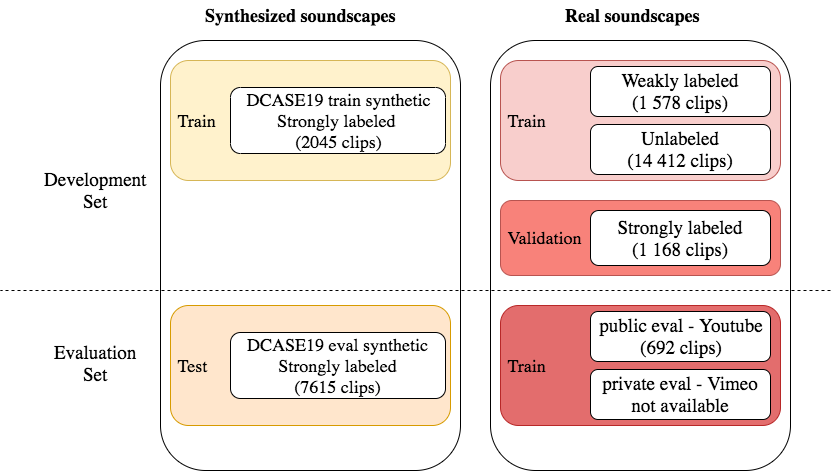
This is img/DESED_dcase2019.png from turpaultn/DESED, a draw.io export, as it was before one commit. Source tidied: cells renumbered, new cells last; positions are measured from the earlier drawing's top-left corner, leaving out a move shared by most shapes.
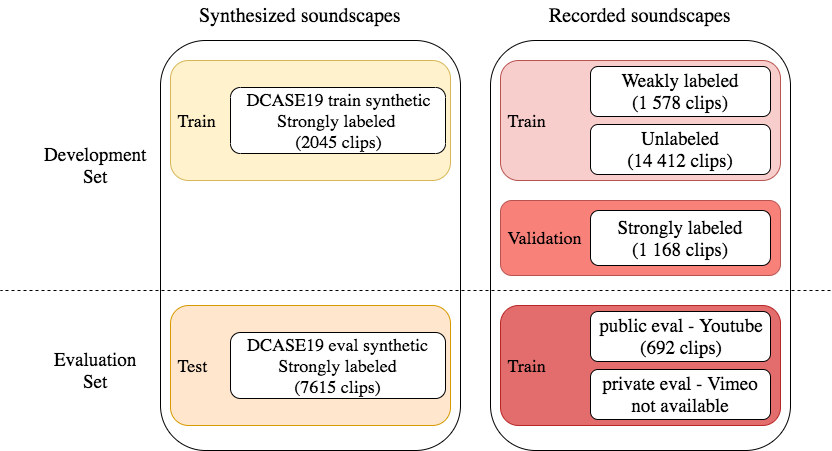
The same diagram one commit later.

The edit, as a diff of the source:
```diff
@@ -3,7 +3,7 @@
     <mxCell id="0" />
     <mxCell id="1" parent="0" />
     <mxCell id="2" style="rounded=1;whiteSpace=wrap;html=1;fontSize=19;align=left;fontFamily=source sans pro;" parent="1" vertex="1">
-      <mxGeometry x="490" y="40" width="300" height="430" as="geometry" />
+      <mxGeometry x="490" y="40" width="300" height="410" as="geometry" />
     </mxCell>
     <mxCell id="3" value="&amp;nbsp;Train" style="rounded=1;whiteSpace=wrap;html=1;fontSize=18;align=left;verticalAlign=middle;fillColor=#E36D6D;strokeColor=#B82828;fontFamily=source sans pro;" parent="1" vertex="1">
       <mxGeometry x="500" y="305" width="280" height="120" as="geometry" />
@@ -12,7 +12,7 @@
       <mxGeometry x="500" y="200" width="280" height="75" as="geometry" />
     </mxCell>
     <mxCell id="5" style="rounded=1;whiteSpace=wrap;html=1;fontSize=19;align=left;fontFamily=source sans pro;" parent="1" vertex="1">
-      <mxGeometry x="160" y="40" width="300" height="430" as="geometry" />
+      <mxGeometry x="160" y="40" width="300" height="410" as="geometry" />
     </mxCell>
     <mxCell id="6" value="&amp;nbsp;Train" style="rounded=1;whiteSpace=wrap;html=1;fontSize=18;align=left;verticalAlign=middle;fillColor=#fff2cc;strokeColor=#d6b656;fontFamily=source sans pro;" parent="1" vertex="1">
       <mxGeometry x="170" y="60" width="280" height="120" as="geometry" />
@@ -29,11 +29,11 @@
     <mxCell id="10" value="Strongly labeled&lt;br&gt;(1 168 clips)" style="rounded=1;whiteSpace=wrap;html=1;fontSize=19;fontFamily=source sans pro;" parent="1" vertex="1">
       <mxGeometry x="590" y="210" width="180" height="55" as="geometry" />
     </mxCell>
-    <mxCell id="11" value="Synthesized soundscapes" style="text;html=1;align=center;verticalAlign=middle;fontSize=18;perimeterSpacing=0;fontStyle=1;fontFamily=source sans pro;" parent="1" vertex="1">
-      <mxGeometry x="195" width="210" height="30" as="geometry" />
+    <mxCell id="11" value="Synthesized soundscapes" style="text;html=1;align=center;verticalAlign=middle;fontSize=20;perimeterSpacing=0;fontStyle=0;fontFamily=source sans pro;" parent="1" vertex="1">
+      <mxGeometry x="190" width="220" height="30" as="geometry" />
     </mxCell>
-    <mxCell id="12" value="Real soundscapes" style="text;html=1;align=center;verticalAlign=middle;fontSize=18;fontStyle=1;fontFamily=source sans pro;" parent="1" vertex="1">
-      <mxGeometry x="557.5" width="150" height="30" as="geometry" />
+    <mxCell id="12" value="Recorded soundscapes" style="text;html=1;align=center;verticalAlign=middle;fontSize=20;fontStyle=0;fontFamily=source sans pro;" parent="1" vertex="1">
+      <mxGeometry x="540" width="200" height="30" as="geometry" />
     </mxCell>
     <mxCell id="13" value="public eval - Youtube&lt;br&gt;(692 clips)" style="rounded=1;whiteSpace=wrap;html=1;fontSize=19;fontFamily=source sans pro;" parent="1" vertex="1">
       <mxGeometry x="590" y="311" width="180" height="50" as="geometry" />
@@ -45,10 +45,10 @@
       <mxGeometry x="590" y="369" width="180" height="50" as="geometry" />
     </mxCell>
     <mxCell id="16" value="Development&lt;br&gt;Set" style="text;html=1;align=center;verticalAlign=middle;fontSize=19;fontFamily=source sans pro;" parent="1" vertex="1">
-      <mxGeometry x="35" y="165" width="120" height="50" as="geometry" />
+      <mxGeometry x="35" y="140" width="120" height="50" as="geometry" />
     </mxCell>
     <mxCell id="17" value="Evaluation&lt;br&gt;Set" style="text;html=1;align=center;verticalAlign=middle;fontSize=19;fontFamily=source sans pro;" parent="1" vertex="1">
-      <mxGeometry x="45" y="337.5" width="100" height="50" as="geometry" />
+      <mxGeometry x="45" y="345" width="100" height="50" as="geometry" />
     </mxCell>
     <mxCell id="18" style="endArrow=none;html=1;fontSize=19;dashed=1;" parent="1" edge="1">
       <mxGeometry relative="1" as="geometry">
```
